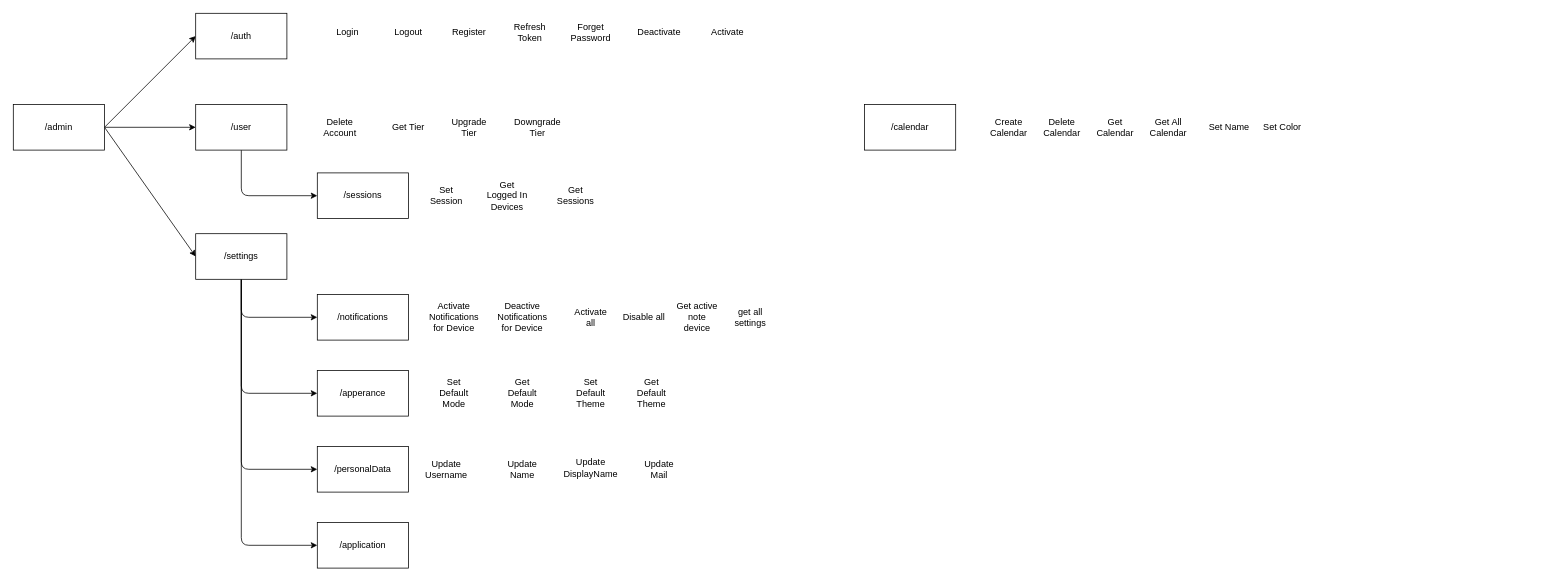
Above: Architecture/Backend.drawio in TodoXpress/Documentation (draw.io), before the change. Source tidied: cells renumbered, new cells numbered last; positions are measured from the earlier drawing's top-left corner, leaving out a move shared by most shapes. Both pictures are drawn from the tidied source at 76%, with x=0, y=0 at pixel (13, 13).
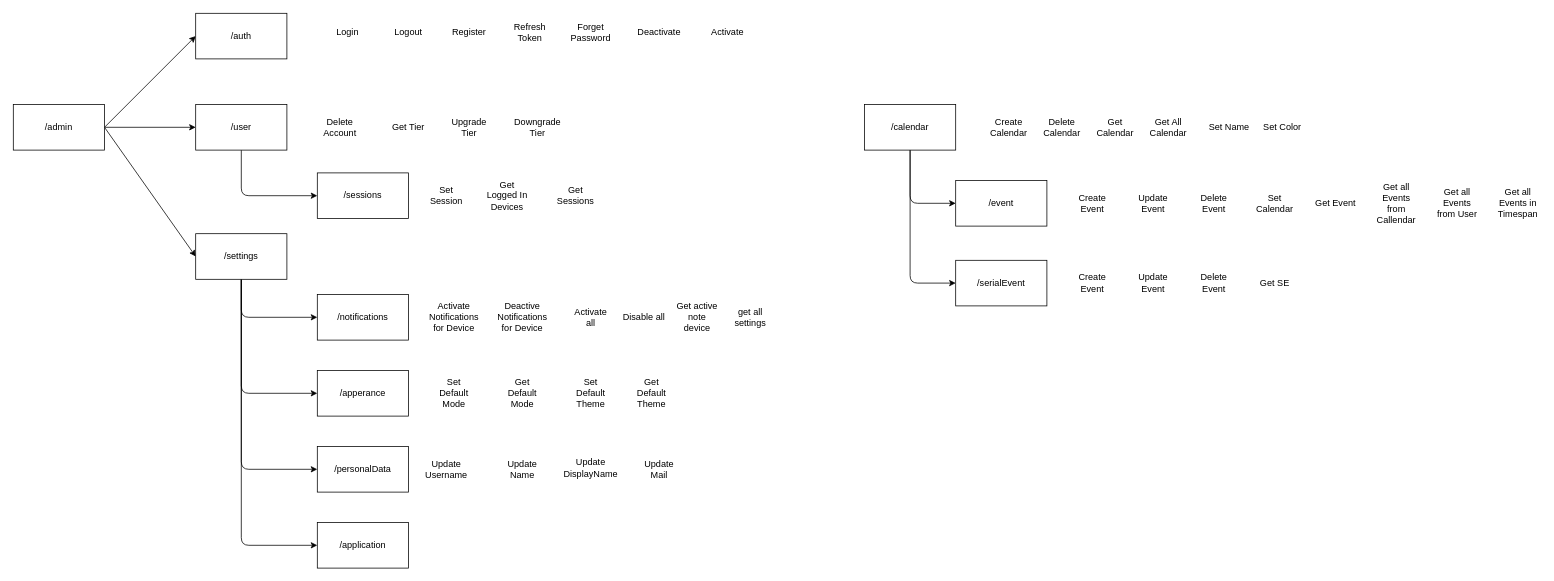
Above is the later version.

Commit message:
add endpoints to event

The change refers to these unchanged cells:
```xml
<mxCell id="47" value="/calendar" style="rounded=0;whiteSpace=wrap;html=1;" parent="1" vertex="1">
  <mxGeometry x="1120" y="120" width="120" height="60" as="geometry" />
</mxCell>
```

Change to the diagram source:
```diff
@@
+    <mxCell id="54" style="edgeStyle=none;html=1;entryX=0;entryY=0.5;entryDx=0;entryDy=0;" parent="1" edge="1" source="47" target="56">
+      <mxGeometry relative="1" as="geometry">
+        <Array as="points">
+          <mxPoint x="1180" y="250" />
+        </Array>
+      </mxGeometry>
+    </mxCell>
+    <mxCell id="55" style="edgeStyle=none;html=1;exitX=0.5;exitY=1;exitDx=0;exitDy=0;entryX=0;entryY=0.5;entryDx=0;entryDy=0;" parent="1" edge="1" source="47" target="61">
+      <mxGeometry relative="1" as="geometry">
+        <Array as="points">
+          <mxPoint x="1180" y="355" />
+        </Array>
+      </mxGeometry>
+    </mxCell>
@@
+    <mxCell id="56" value="/event" style="rounded=0;whiteSpace=wrap;html=1;" parent="1" vertex="1">
+      <mxGeometry x="1240" y="220" width="120" height="60" as="geometry" />
+    </mxCell>
+    <mxCell id="57" value="Create Event" style="text;html=1;strokeColor=none;fillColor=none;align=center;verticalAlign=middle;whiteSpace=wrap;rounded=0;" parent="1" vertex="1">
+      <mxGeometry x="1390" y="235" width="60" height="30" as="geometry" />
+    </mxCell>
+    <mxCell id="58" value="Update Event" style="text;html=1;strokeColor=none;fillColor=none;align=center;verticalAlign=middle;whiteSpace=wrap;rounded=0;" parent="1" vertex="1">
+      <mxGeometry x="1470" y="235" width="60" height="30" as="geometry" />
+    </mxCell>
+    <mxCell id="59" value="Set Calendar" style="text;html=1;strokeColor=none;fillColor=none;align=center;verticalAlign=middle;whiteSpace=wrap;rounded=0;" parent="1" vertex="1">
+      <mxGeometry x="1630" y="235" width="60" height="30" as="geometry" />
+    </mxCell>
+    <mxCell id="60" value="Delete&lt;br&gt;Event" style="text;html=1;strokeColor=none;fillColor=none;align=center;verticalAlign=middle;whiteSpace=wrap;rounded=0;" parent="1" vertex="1">
+      <mxGeometry x="1550" y="235" width="60" height="30" as="geometry" />
+    </mxCell>
+    <mxCell id="61" value="/serialEvent" style="rounded=0;whiteSpace=wrap;html=1;" parent="1" vertex="1">
+      <mxGeometry x="1240" y="325" width="120" height="60" as="geometry" />
+    </mxCell>
+    <mxCell id="62" value="Create Event" style="text;html=1;strokeColor=none;fillColor=none;align=center;verticalAlign=middle;whiteSpace=wrap;rounded=0;" parent="1" vertex="1">
+      <mxGeometry x="1390" y="340" width="60" height="30" as="geometry" />
+    </mxCell>
+    <mxCell id="63" value="Update Event" style="text;html=1;strokeColor=none;fillColor=none;align=center;verticalAlign=middle;whiteSpace=wrap;rounded=0;" parent="1" vertex="1">
+      <mxGeometry x="1470" y="340" width="60" height="30" as="geometry" />
+    </mxCell>
+    <mxCell id="64" value="Delete&lt;br&gt;Event" style="text;html=1;strokeColor=none;fillColor=none;align=center;verticalAlign=middle;whiteSpace=wrap;rounded=0;" parent="1" vertex="1">
+      <mxGeometry x="1550" y="340" width="60" height="30" as="geometry" />
+    </mxCell>
+    <mxCell id="65" value="Get SE" style="text;html=1;strokeColor=none;fillColor=none;align=center;verticalAlign=middle;whiteSpace=wrap;rounded=0;" parent="1" vertex="1">
+      <mxGeometry x="1630" y="340" width="60" height="30" as="geometry" />
+    </mxCell>
+    <mxCell id="66" value="Get Event" style="text;html=1;strokeColor=none;fillColor=none;align=center;verticalAlign=middle;whiteSpace=wrap;rounded=0;" parent="1" vertex="1">
+      <mxGeometry x="1710" y="235" width="60" height="30" as="geometry" />
+    </mxCell>
+    <mxCell id="67" value="Get all Events from Callendar" style="text;html=1;strokeColor=none;fillColor=none;align=center;verticalAlign=middle;whiteSpace=wrap;rounded=0;" parent="1" vertex="1">
+      <mxGeometry x="1790" y="235" width="60" height="30" as="geometry" />
+    </mxCell>
+    <mxCell id="68" value="Get all Events from User" style="text;html=1;strokeColor=none;fillColor=none;align=center;verticalAlign=middle;whiteSpace=wrap;rounded=0;" parent="1" vertex="1">
+      <mxGeometry x="1870" y="235" width="60" height="30" as="geometry" />
+    </mxCell>
+    <mxCell id="69" value="Get all Events in Timespan" style="text;html=1;strokeColor=none;fillColor=none;align=center;verticalAlign=middle;whiteSpace=wrap;rounded=0;" parent="1" vertex="1">
+      <mxGeometry x="1950" y="235" width="60" height="30" as="geometry" />
+    </mxCell>
```
